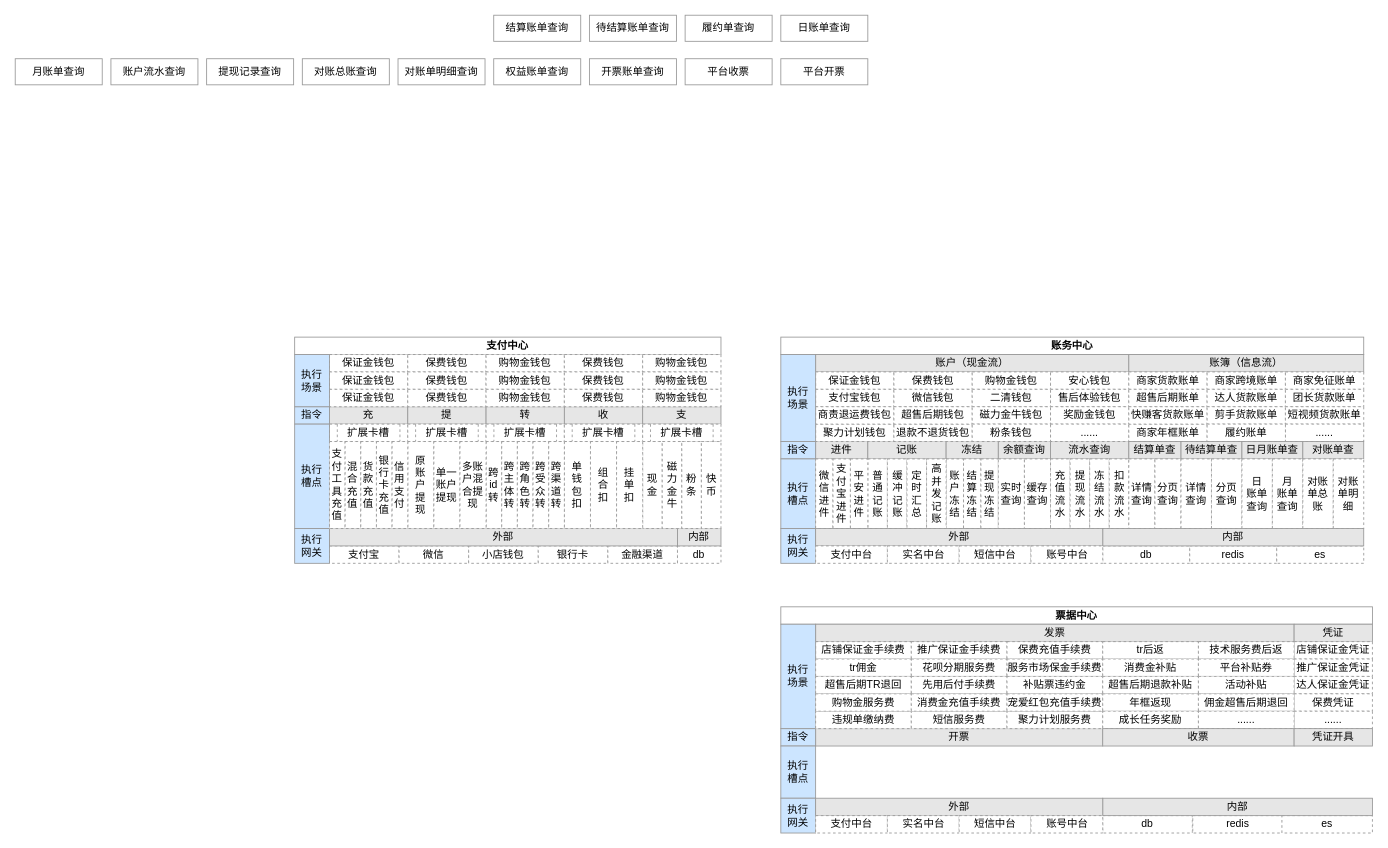
This is kuaishou/funds/资金2024大图.drawio from leopardlz/lz_document, a draw.io file, before an edit. Source tidied: cells renumbered, new cells numbered last; positions are measured from the earlier drawing's top-left corner, leaving out a move shared by most shapes. Both pictures are drawn from the tidied source at 87%, with x=0, y=0 at pixel (15, 15).
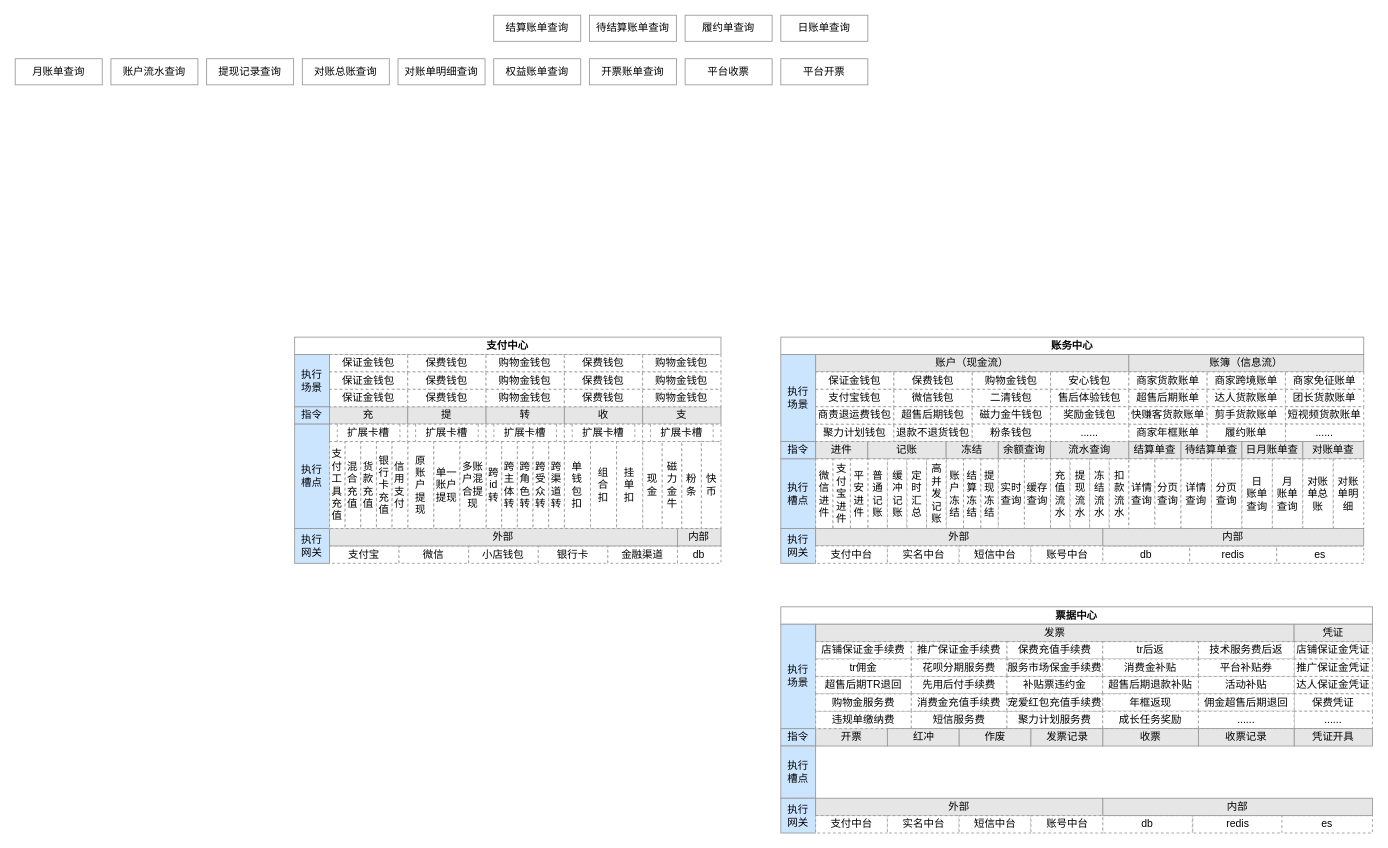
After the change.

Commit message (it also covers changes not shown here):
更新资金2024大图.drawio

What changed in the source:
```diff
@@
     <mxCell id="140" value="开票" style="rounded=0;whiteSpace=wrap;html=1;strokeColor=#999999;fillColor=#E6E6E6;" parent="1" vertex="1">
-      <mxGeometry x="920" y="820" width="330" height="20" as="geometry" />
+      <mxGeometry x="920" y="820" width="82.5" height="20" as="geometry" />
     </mxCell>
@@
     <mxCell id="187" value="收票" style="rounded=0;whiteSpace=wrap;html=1;strokeColor=#999999;fillColor=#E6E6E6;" parent="1" vertex="1">
-      <mxGeometry x="1250" y="820" width="220" height="20" as="geometry" />
+      <mxGeometry x="1250" y="820" width="110" height="20" as="geometry" />
     </mxCell>
@@
+    <mxCell id="205" value="红冲" style="rounded=0;whiteSpace=wrap;html=1;strokeColor=#999999;fillColor=#E6E6E6;" parent="1" vertex="1">
+      <mxGeometry x="1002.5" y="820" width="82.5" height="20" as="geometry" />
+    </mxCell>
+    <mxCell id="206" value="作废" style="rounded=0;whiteSpace=wrap;html=1;strokeColor=#999999;fillColor=#E6E6E6;" parent="1" vertex="1">
+      <mxGeometry x="1085" y="820" width="82.5" height="20" as="geometry" />
+    </mxCell>
+    <mxCell id="207" value="发票记录" style="rounded=0;whiteSpace=wrap;html=1;strokeColor=#999999;fillColor=#E6E6E6;" parent="1" vertex="1">
+      <mxGeometry x="1167.5" y="820" width="82.5" height="20" as="geometry" />
+    </mxCell>
+    <mxCell id="208" value="收票记录" style="rounded=0;whiteSpace=wrap;html=1;strokeColor=#999999;fillColor=#E6E6E6;" parent="1" vertex="1">
+      <mxGeometry x="1360" y="820" width="110" height="20" as="geometry" />
+    </mxCell>
```
